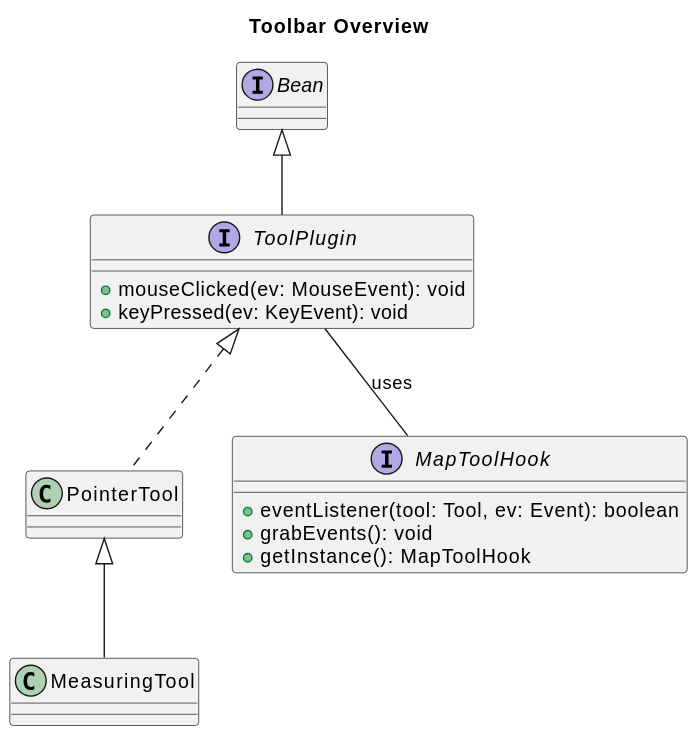
This is toolbar-overview.svg from Azhrei/toolbar-design, a PlantUML export, as it was before one commit. Source of this version:
```plantuml
@startuml
title "Toolbar Overview"

interface ToolPlugin extends Bean {
    +mouseClicked(ev: MouseEvent): void
    +keyPressed(ev: KeyEvent): void
}

class PointerTool implements ToolPlugin {
}

class MeasuringTool extends PointerTool {
}

interface MapToolHook {
    +eventListener(tool: Tool, ev: Event): boolean
    +grabEvents(): void
    +getInstance(): MapToolHook
}

ToolPlugin -- MapToolHook : uses
@enduml
```
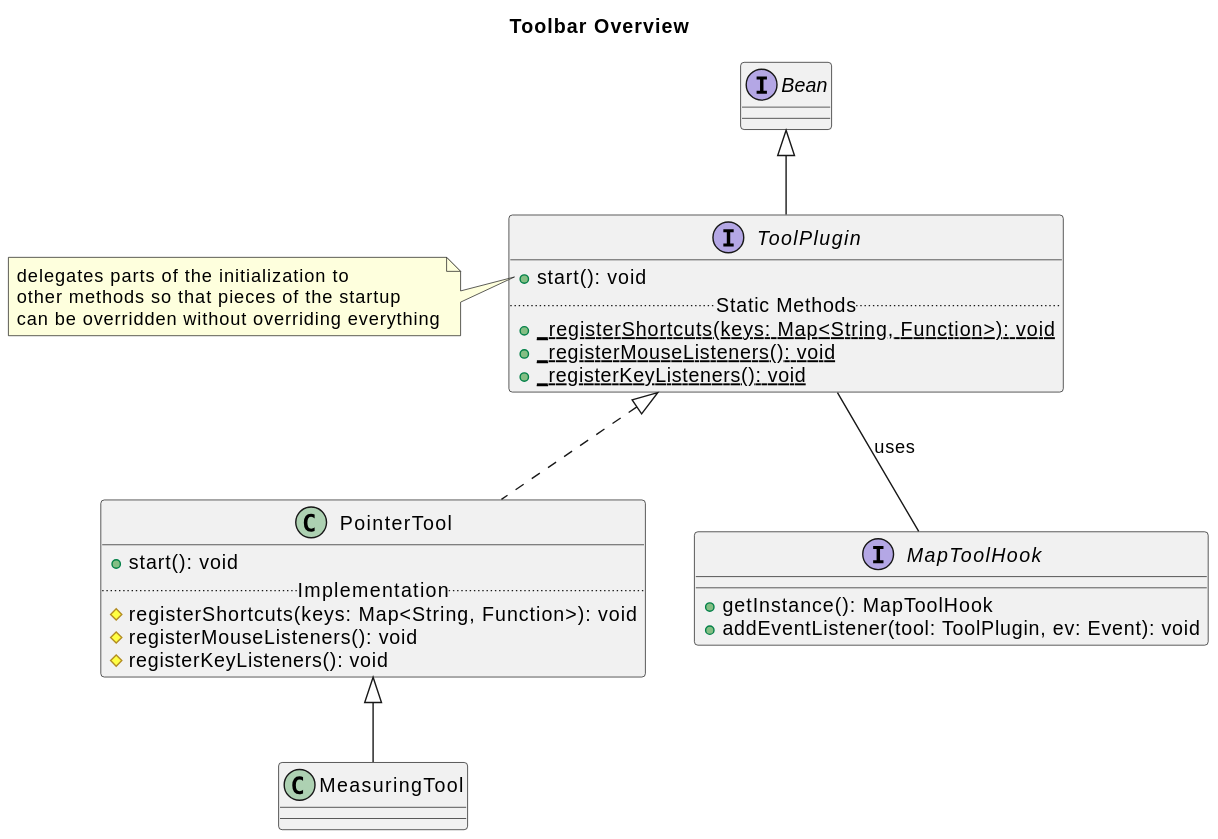
The same file after the commit.

What changed in the source:
```diff
@@ -2,20 +2,33 @@
 title "Toolbar Overview"
 
 interface ToolPlugin extends Bean {
-    +mouseClicked(ev: MouseEvent): void
-    +keyPressed(ev: KeyEvent): void
+    +start(): void
+    ..Static Methods..
+    + {static} _registerShortcuts(keys: Map<String, Function>): void
+    + {static} _registerMouseListeners(): void
+    + {static} _registerKeyListeners(): void
 }
 
+note left of ToolPlugin::start
+  delegates parts of the initialization to
+  other methods so that pieces of the startup
+  can be overridden without overriding everything
+end note
+
 class PointerTool implements ToolPlugin {
+    +start(): void
+    ..Implementation..
+    #registerShortcuts(keys: Map<String, Function>): void
+    #registerMouseListeners(): void
+    #registerKeyListeners(): void
 }
 
 class MeasuringTool extends PointerTool {
 }
 
 interface MapToolHook {
-    +eventListener(tool: Tool, ev: Event): boolean
-    +grabEvents(): void
     +getInstance(): MapToolHook
+    +addEventListener(tool: ToolPlugin, ev: Event): void
 }
 
 ToolPlugin -- MapToolHook : uses
```
